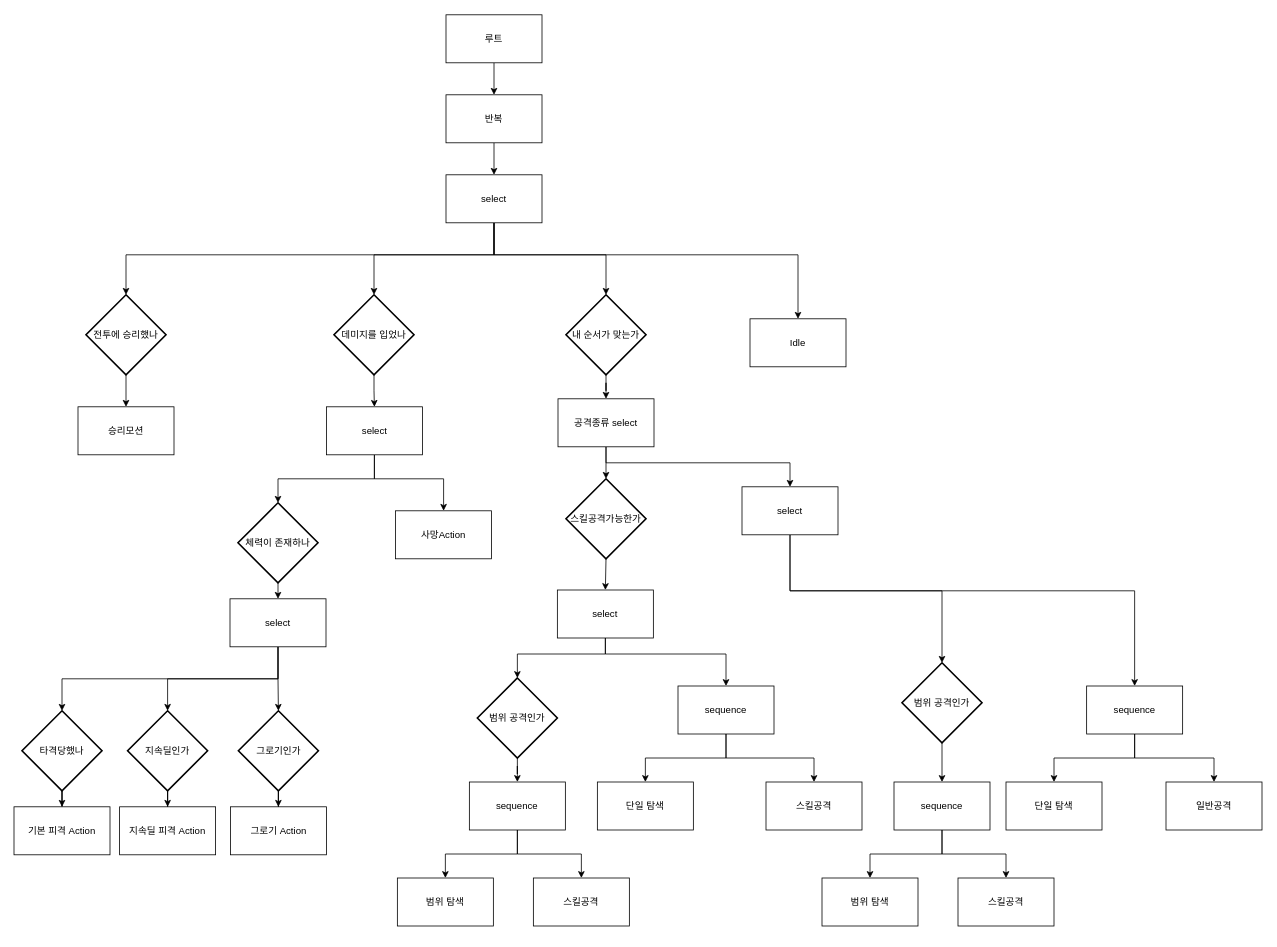
JeongJunSoo94/NeglectTypeRPGGameLP keeps this draw.io diagram as BT.drawio. Above is the earlier version. Source tidied: cells renumbered, new cells numbered last; positions are measured from the earlier drawing's top-left corner, leaving out a move shared by most shapes. Both pictures are drawn from the tidied source at 80%, with x=0, y=0 at pixel (14, 14).
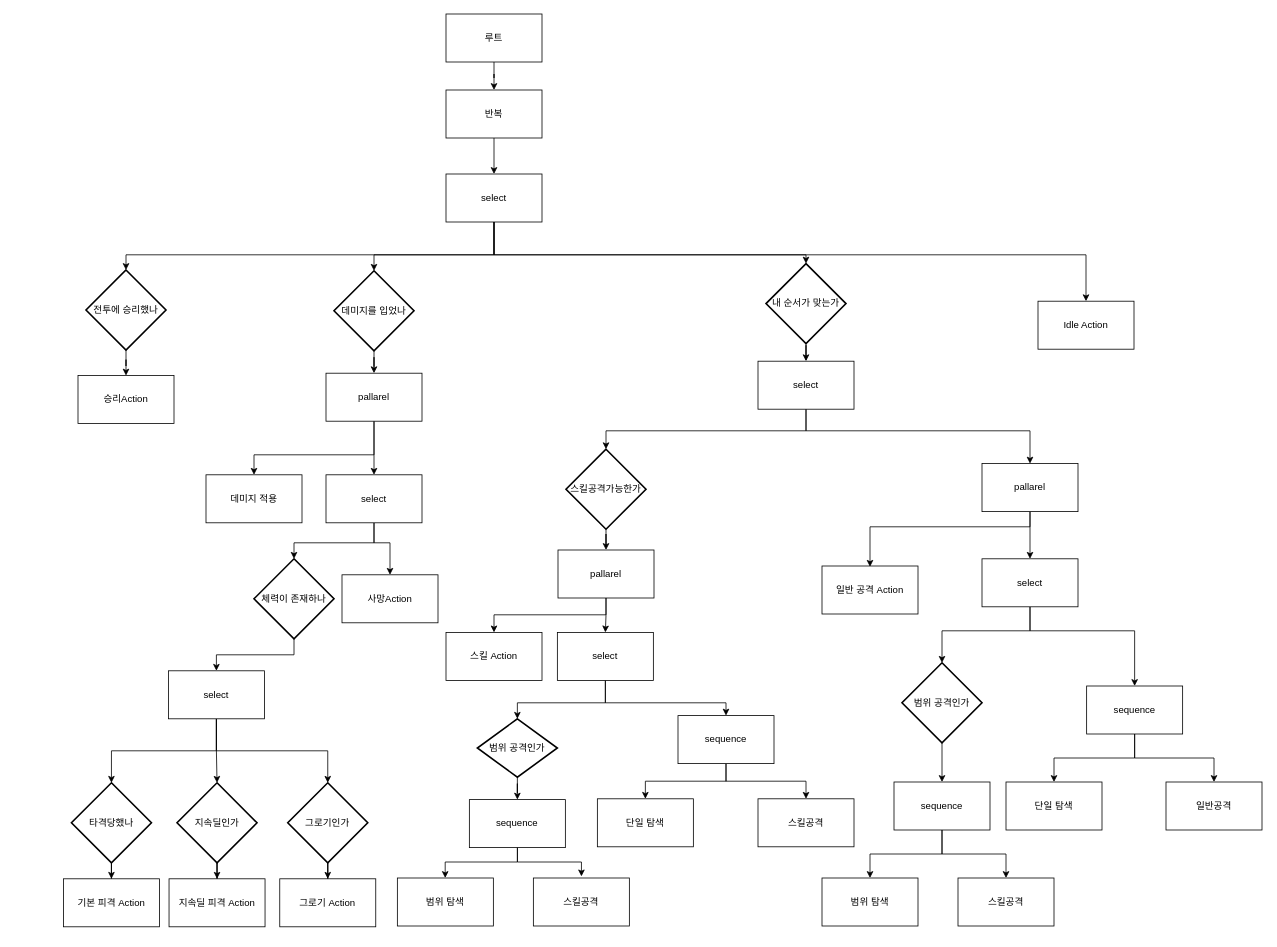
Above is the later version.

Unchanged cells that the change refers to:
```xml
<mxCell id="44" value="스킬공격" style="rounded=0;whiteSpace=wrap;html=1;" parent="1" vertex="1">
  <mxGeometry x="649.2" y="1079" width="120" height="60" as="geometry" />
</mxCell>
<mxCell id="45" value="범위 탐색" style="rounded=0;whiteSpace=wrap;html=1;" parent="1" vertex="1">
  <mxGeometry x="479.2" y="1079" width="120" height="60" as="geometry" />
</mxCell>
<mxCell id="50" value="범위 공격인가" style="strokeWidth=2;html=1;shape=mxgraph.flowchart.decision;whiteSpace=wrap;" parent="1" vertex="1">
  <mxGeometry x="1110" y="810" width="100" height="100" as="geometry" />
</mxCell>
<mxCell id="68" value="sequence" style="rounded=0;whiteSpace=wrap;html=1;" parent="1" vertex="1">
  <mxGeometry x="1340.8" y="839" width="120" height="60" as="geometry" />
</mxCell>
```

What changed in the source:
```diff
@@
     <mxCell id="3" value="루트" style="rounded=0;whiteSpace=wrap;html=1;" parent="1" vertex="1">
-      <mxGeometry x="540" width="120" height="60" as="geometry" />
+      <mxGeometry x="540" y="-1" width="120" height="60" as="geometry" />
     </mxCell>
@@
     <mxCell id="5" value="반복" style="rounded=0;whiteSpace=wrap;html=1;" parent="1" vertex="1">
-      <mxGeometry x="540" y="100" width="120" height="60" as="geometry" />
+      <mxGeometry x="540" y="94" width="120" height="60" as="geometry" />
     </mxCell>
@@
     <mxCell id="7" value="전투에 승리했나" style="strokeWidth=2;html=1;shape=mxgraph.flowchart.decision;whiteSpace=wrap;" parent="1" vertex="1">
-      <mxGeometry x="90" y="350" width="100" height="100" as="geometry" />
+      <mxGeometry x="90" y="319" width="100" height="100" as="geometry" />
     </mxCell>
-    <mxCell id="8" value="승리모션" style="rounded=0;whiteSpace=wrap;html=1;" parent="1" vertex="1">
-      <mxGeometry x="80" y="490" width="120" height="60" as="geometry" />
+    <mxCell id="8" value="승리Action" style="rounded=0;whiteSpace=wrap;html=1;" parent="1" vertex="1">
+      <mxGeometry x="80" y="451" width="120" height="60" as="geometry" />
     </mxCell>
-    <mxCell id="9" style="edgeStyle=orthogonalEdgeStyle;rounded=0;jettySize=auto;html=1;entryX=0.5;entryY=0;entryDx=0;entryDy=0;entryPerimeter=0;" parent="1" edge="1" source="11" target="20">
+    <mxCell id="9" style="edgeStyle=orthogonalEdgeStyle;rounded=0;jettySize=auto;html=1;exitX=0.5;exitY=1;exitDx=0;exitDy=0;entryX=0.5;entryY=0;entryDx=0;entryDy=0;entryPerimeter=0;" parent="1" edge="1" source="11" target="20">
       <mxGeometry relative="1" as="geometry">
         <Array as="points">
-          <mxPoint x="450" y="580" />
-          <mxPoint x="330" y="580" />
+          <mxPoint x="450" y="660" />
+          <mxPoint x="350" y="660" />
         </Array>
       </mxGeometry>
     </mxCell>
     <mxCell id="10" style="edgeStyle=orthogonalEdgeStyle;rounded=0;jettySize=auto;html=1;entryX=0.5;entryY=0;entryDx=0;entryDy=0;" parent="1" edge="1" source="11" target="25">
       <mxGeometry relative="1" as="geometry">
         <Array as="points">
-          <mxPoint x="450" y="580" />
-          <mxPoint x="537" y="580" />
+          <mxPoint x="450" y="660" />
+          <mxPoint x="470" y="660" />
         </Array>
       </mxGeometry>
     </mxCell>
     <mxCell id="11" value="select" style="rounded=0;whiteSpace=wrap;html=1;" parent="1" vertex="1">
-      <mxGeometry x="390.5" y="490" width="120" height="60" as="geometry" />
+      <mxGeometry x="390" y="575" width="120" height="60" as="geometry" />
     </mxCell>
-    <mxCell id="12" style="edgeStyle=orthogonalEdgeStyle;rounded=0;jettySize=auto;html=1;entryX=0.5;entryY=0;entryDx=0;entryDy=0;" parent="1" edge="1" source="13" target="11">
-      <mxGeometry relative="1" as="geometry" />
-    </mxCell>
+    <mxCell id="74" style="edgeStyle=orthogonalEdgeStyle;rounded=0;jettySize=auto;html=1;entryX=0.5;entryY=0;entryDx=0;entryDy=0;" parent="1" edge="1" source="13" target="79">
+      <mxGeometry relative="1" as="geometry" />
+    </mxCell>
     <mxCell id="13" value="데미지를 입었나" style="strokeWidth=2;html=1;shape=mxgraph.flowchart.decision;whiteSpace=wrap;" parent="1" vertex="1">
-      <mxGeometry x="400" y="350" width="100" height="100" as="geometry" />
+      <mxGeometry x="400" y="320" width="100" height="100" as="geometry" />
     </mxCell>
     <mxCell id="14" value="지속딜 피격 Action" style="rounded=0;whiteSpace=wrap;html=1;" parent="1" vertex="1">
-      <mxGeometry x="132" y="990" width="120" height="60" as="geometry" />
+      <mxGeometry x="193.8" y="1080" width="120" height="60" as="geometry" />
     </mxCell>
@@
     <mxCell id="16" value="지속딜인가" style="strokeWidth=2;html=1;shape=mxgraph.flowchart.decision;whiteSpace=wrap;" parent="1" vertex="1">
-      <mxGeometry x="142" y="870" width="100" height="100" as="geometry" />
+      <mxGeometry x="203.8" y="960" width="100" height="100" as="geometry" />
     </mxCell>
     <mxCell id="17" value="그로기 Action" style="rounded=0;whiteSpace=wrap;html=1;" parent="1" vertex="1">
-      <mxGeometry x="270.5" y="990" width="120" height="60" as="geometry" />
+      <mxGeometry x="332.2" y="1080" width="120" height="60" as="geometry" />
     </mxCell>
@@
     <mxCell id="20" value="체력이 존재하나" style="strokeWidth=2;html=1;shape=mxgraph.flowchart.decision;whiteSpace=wrap;" parent="1" vertex="1">
-      <mxGeometry x="280" y="610" width="100" height="100" as="geometry" />
+      <mxGeometry x="300" y="680" width="100" height="100" as="geometry" />
     </mxCell>
     <mxCell id="21" style="edgeStyle=orthogonalEdgeStyle;rounded=0;jettySize=auto;html=1;entryX=0.5;entryY=0;entryDx=0;entryDy=0;entryPerimeter=0;" parent="1" edge="1" source="24" target="16">
-      <mxGeometry relative="1" as="geometry">
-        <Array as="points">
-          <mxPoint x="330" y="830" />
-          <mxPoint x="192" y="830" />
-        </Array>
-      </mxGeometry>
+      <mxGeometry relative="1" as="geometry" />
     </mxCell>
+    <mxCell id="23" style="edgeStyle=orthogonalEdgeStyle;rounded=0;jettySize=auto;html=1;entryX=0.5;entryY=0;entryDx=0;entryDy=0;entryPerimeter=0;" parent="1" edge="1" source="24" target="60">
+      <mxGeometry relative="1" as="geometry">
+        <Array as="points">
+          <mxPoint x="253" y="920" />
+          <mxPoint x="122" y="920" />
+        </Array>
+      </mxGeometry>
+    </mxCell>
-    <mxCell id="22" style="edgeStyle=orthogonalEdgeStyle;rounded=0;jettySize=auto;html=1;entryX=0.5;entryY=0;entryDx=0;entryDy=0;entryPerimeter=0;" parent="1" edge="1" source="24" target="41">
+    <mxCell id="22" style="edgeStyle=orthogonalEdgeStyle;rounded=0;jettySize=auto;html=1;exitX=0.5;exitY=1;exitDx=0;exitDy=0;entryX=0.5;entryY=0;entryDx=0;entryDy=0;entryPerimeter=0;" parent="1" edge="1" source="24" target="41">
       <mxGeometry relative="1" as="geometry" />
     </mxCell>
-    <mxCell id="23" style="edgeStyle=orthogonalEdgeStyle;rounded=0;jettySize=auto;html=1;entryX=0.5;entryY=0;entryDx=0;entryDy=0;entryPerimeter=0;" parent="1" edge="1" source="24" target="60">
-      <mxGeometry relative="1" as="geometry">
-        <Array as="points">
-          <mxPoint x="330" y="830" />
-          <mxPoint x="60" y="830" />
-        </Array>
-      </mxGeometry>
-    </mxCell>
     <mxCell id="24" value="select" style="rounded=0;whiteSpace=wrap;html=1;" parent="1" vertex="1">
-      <mxGeometry x="270" y="730" width="120" height="60" as="geometry" />
+      <mxGeometry x="193" y="820" width="120" height="60" as="geometry" />
     </mxCell>
     <mxCell id="25" value="사망Action" style="rounded=0;whiteSpace=wrap;html=1;" parent="1" vertex="1">
-      <mxGeometry x="477" y="620" width="120" height="60" as="geometry" />
+      <mxGeometry x="410" y="700" width="120" height="60" as="geometry" />
     </mxCell>
@@
     <mxCell id="27" style="edgeStyle=orthogonalEdgeStyle;rounded=0;jettySize=auto;html=1;entryX=0.5;entryY=0;entryDx=0;entryDy=0;entryPerimeter=0;exitX=0.5;exitY=1;exitDx=0;exitDy=0;" parent="1" edge="1" source="30" target="32">
       <mxGeometry relative="1" as="geometry">
         <Array as="points">
           <mxPoint x="600" y="300" />
-          <mxPoint x="740" y="300" />
+          <mxPoint x="990" y="300" />
         </Array>
       </mxGeometry>
     </mxCell>
     <mxCell id="28" style="edgeStyle=orthogonalEdgeStyle;rounded=0;jettySize=auto;html=1;entryX=0.5;entryY=0;entryDx=0;entryDy=0;exitX=0.5;exitY=1;exitDx=0;exitDy=0;" parent="1" edge="1" source="30" target="39">
       <mxGeometry relative="1" as="geometry">
         <Array as="points">
           <mxPoint x="600" y="300" />
-          <mxPoint x="980" y="300" />
+          <mxPoint x="1340" y="300" />
         </Array>
       </mxGeometry>
     </mxCell>
@@
     <mxCell id="30" value="select" style="rounded=0;whiteSpace=wrap;html=1;" parent="1" vertex="1">
-      <mxGeometry x="540" y="200" width="120" height="60" as="geometry" />
+      <mxGeometry x="540" y="199" width="120" height="60" as="geometry" />
     </mxCell>
@@
     <mxCell id="32" value="내 순서가 맞는가" style="strokeWidth=2;html=1;shape=mxgraph.flowchart.decision;whiteSpace=wrap;" parent="1" vertex="1">
-      <mxGeometry x="690" y="350" width="100" height="100" as="geometry" />
+      <mxGeometry x="940" y="311" width="100" height="100" as="geometry" />
     </mxCell>
     <mxCell id="33" style="edgeStyle=orthogonalEdgeStyle;rounded=0;jettySize=auto;html=1;" parent="1" edge="1" source="35" target="38">
-      <mxGeometry relative="1" as="geometry" />
+      <mxGeometry relative="1" as="geometry">
+        <Array as="points">
+          <mxPoint x="990" y="520" />
+          <mxPoint x="740" y="520" />
+        </Array>
+      </mxGeometry>
     </mxCell>
-    <mxCell id="34" style="edgeStyle=orthogonalEdgeStyle;rounded=0;jettySize=auto;html=1;" parent="1" edge="1" source="35" target="64">
-      <mxGeometry relative="1" as="geometry">
-        <Array as="points">
-          <mxPoint x="740" y="560" />
-          <mxPoint x="970" y="560" />
-        </Array>
-      </mxGeometry>
-    </mxCell>
+    <mxCell id="75" style="edgeStyle=orthogonalEdgeStyle;rounded=0;jettySize=auto;html=1;exitX=0.5;exitY=1;exitDx=0;exitDy=0;entryX=0.5;entryY=0;entryDx=0;entryDy=0;" parent="1" edge="1" source="35" target="87">
+      <mxGeometry relative="1" as="geometry">
+        <Array as="points">
+          <mxPoint x="990" y="520" />
+          <mxPoint x="1270" y="520" />
+        </Array>
+      </mxGeometry>
+    </mxCell>
-    <mxCell id="35" value="공격종류 select" style="rounded=0;whiteSpace=wrap;html=1;" parent="1" vertex="1">
-      <mxGeometry x="680" y="480" width="120" height="60" as="geometry" />
+    <mxCell id="35" value="select" style="rounded=0;whiteSpace=wrap;html=1;" parent="1" vertex="1">
+      <mxGeometry x="930" y="433" width="120" height="60" as="geometry" />
     </mxCell>
@@
-    <mxCell id="37" style="edgeStyle=orthogonalEdgeStyle;rounded=0;jettySize=auto;html=1;exitX=0.5;exitY=1;exitDx=0;exitDy=0;exitPerimeter=0;entryX=0.5;entryY=0;entryDx=0;entryDy=0;" parent="1" edge="1" source="38" target="48">
-      <mxGeometry relative="1" as="geometry" />
-    </mxCell>
+    <mxCell id="76" style="edgeStyle=orthogonalEdgeStyle;rounded=0;jettySize=auto;html=1;entryX=0.5;entryY=0;entryDx=0;entryDy=0;" parent="1" edge="1" source="38" target="84">
+      <mxGeometry relative="1" as="geometry" />
+    </mxCell>
     <mxCell id="38" value="스킬공격가능한가" style="strokeWidth=2;html=1;shape=mxgraph.flowchart.decision;whiteSpace=wrap;" parent="1" vertex="1">
-      <mxGeometry x="690" y="580" width="100" height="100" as="geometry" />
+      <mxGeometry x="690" y="543" width="100" height="100" as="geometry" />
     </mxCell>
-    <mxCell id="39" value="Idle" style="rounded=0;whiteSpace=wrap;html=1;" parent="1" vertex="1">
-      <mxGeometry x="920" y="380" width="120" height="60" as="geometry" />
+    <mxCell id="39" value="Idle Action" style="rounded=0;whiteSpace=wrap;html=1;" parent="1" vertex="1">
+      <mxGeometry x="1280" y="358" width="120" height="60" as="geometry" />
     </mxCell>
@@
     <mxCell id="41" value="그로기인가" style="strokeWidth=2;html=1;shape=mxgraph.flowchart.decision;whiteSpace=wrap;" parent="1" vertex="1">
-      <mxGeometry x="280.5" y="870" width="100" height="100" as="geometry" />
+      <mxGeometry x="342.2" y="960" width="100" height="100" as="geometry" />
     </mxCell>
@@
     <mxCell id="43" value="범위 공격인가" style="strokeWidth=2;html=1;shape=mxgraph.flowchart.decision;whiteSpace=wrap;" parent="1" vertex="1">
-      <mxGeometry x="579.2" y="829" width="100" height="100" as="geometry" />
+      <mxGeometry x="579.2" y="880" width="100" height="73" as="geometry" />
     </mxCell>
@@
     <mxCell id="46" style="edgeStyle=orthogonalEdgeStyle;rounded=0;jettySize=auto;html=1;entryX=0.5;entryY=0;entryDx=0;entryDy=0;entryPerimeter=0;" parent="1" edge="1" source="48" target="43">
       <mxGeometry relative="1" as="geometry">
         <Array as="points">
-          <mxPoint x="739.2" y="799" />
-          <mxPoint x="629.2" y="799" />
+          <mxPoint x="739" y="860" />
+          <mxPoint x="629" y="860" />
         </Array>
       </mxGeometry>
     </mxCell>
     <mxCell id="47" style="edgeStyle=orthogonalEdgeStyle;rounded=0;jettySize=auto;html=1;entryX=0.5;entryY=0;entryDx=0;entryDy=0;exitX=0.5;exitY=1;exitDx=0;exitDy=0;" parent="1" edge="1" source="48" target="57">
       <mxGeometry relative="1" as="geometry">
         <Array as="points">
-          <mxPoint x="739" y="799" />
-          <mxPoint x="890" y="799" />
+          <mxPoint x="739" y="860" />
+          <mxPoint x="890" y="860" />
         </Array>
       </mxGeometry>
     </mxCell>
     <mxCell id="48" value="select" style="rounded=0;whiteSpace=wrap;html=1;" parent="1" vertex="1">
-      <mxGeometry x="679.2" y="719" width="120" height="60" as="geometry" />
+      <mxGeometry x="679.2" y="772" width="120" height="60" as="geometry" />
     </mxCell>
@@
     <mxCell id="51" style="edgeStyle=orthogonalEdgeStyle;rounded=0;jettySize=auto;html=1;" parent="1" edge="1" source="53" target="45">
-      <mxGeometry relative="1" as="geometry" />
+      <mxGeometry relative="1" as="geometry">
+        <Array as="points">
+          <mxPoint x="629" y="1059" />
+          <mxPoint x="539" y="1059" />
+        </Array>
+      </mxGeometry>
     </mxCell>
-    <mxCell id="52" style="edgeStyle=orthogonalEdgeStyle;rounded=0;jettySize=auto;html=1;entryX=0.5;entryY=0;entryDx=0;entryDy=0;" parent="1" edge="1" source="53" target="44">
-      <mxGeometry relative="1" as="geometry" />
+    <mxCell id="52" style="edgeStyle=orthogonalEdgeStyle;rounded=0;orthogonalLoop=1;jettySize=auto;html=1;entryX=0.5;entryY=0;entryDx=0;entryDy=0;" parent="1" edge="1">
+      <mxGeometry relative="1" as="geometry">
+        <mxPoint x="629.3" y="1039" as="sourcePoint" />
+        <mxPoint x="709.3" y="1077" as="targetPoint" />
+        <Array as="points">
+          <mxPoint x="629" y="1059" />
+          <mxPoint x="709" y="1059" />
+        </Array>
+      </mxGeometry>
     </mxCell>
     <mxCell id="53" value="sequence" style="rounded=0;whiteSpace=wrap;html=1;" parent="1" vertex="1">
-      <mxGeometry x="569.2" y="959" width="120" height="60" as="geometry" />
+      <mxGeometry x="569.2" y="981" width="120" height="60" as="geometry" />
     </mxCell>
     <mxCell id="54" value="단일 탐색" style="rounded=0;whiteSpace=wrap;html=1;" parent="1" vertex="1">
-      <mxGeometry x="729.2" y="959" width="120" height="60" as="geometry" />
+      <mxGeometry x="729.2" y="980" width="120" height="60" as="geometry" />
     </mxCell>
@@
     <mxCell id="57" value="sequence" style="rounded=0;whiteSpace=wrap;html=1;" parent="1" vertex="1">
-      <mxGeometry x="830" y="839" width="120" height="60" as="geometry" />
+      <mxGeometry x="830" y="876" width="120" height="60" as="geometry" />
     </mxCell>
     <mxCell id="58" value="스킬공격" style="rounded=0;whiteSpace=wrap;html=1;" parent="1" vertex="1">
-      <mxGeometry x="940" y="959" width="120" height="60" as="geometry" />
+      <mxGeometry x="930" y="980" width="120" height="60" as="geometry" />
     </mxCell>
@@
     <mxCell id="60" value="타격당했나" style="strokeWidth=2;html=1;shape=mxgraph.flowchart.decision;whiteSpace=wrap;" parent="1" vertex="1">
-      <mxGeometry x="10" y="870" width="100" height="100" as="geometry" />
+      <mxGeometry x="71.8" y="960" width="100" height="100" as="geometry" />
     </mxCell>
     <mxCell id="61" value="기본 피격 Action" style="rounded=0;whiteSpace=wrap;html=1;" parent="1" vertex="1">
-      <mxGeometry y="990" width="120" height="60" as="geometry" />
+      <mxGeometry x="61.8" y="1080" width="120" height="60" as="geometry" />
     </mxCell>
+    <mxCell id="63" style="edgeStyle=orthogonalEdgeStyle;rounded=0;jettySize=auto;html=1;entryX=0.5;entryY=0;entryDx=0;entryDy=0;entryPerimeter=0;" parent="1" edge="1" source="64" target="50">
+      <mxGeometry relative="1" as="geometry">
+        <Array as="points">
+          <mxPoint x="1270" y="770" />
+          <mxPoint x="1160" y="770" />
+        </Array>
+      </mxGeometry>
+    </mxCell>
     <mxCell id="62" style="edgeStyle=orthogonalEdgeStyle;rounded=0;jettySize=auto;html=1;entryX=0.5;entryY=0;entryDx=0;entryDy=0;" parent="1" edge="1" source="64" target="68">
       <mxGeometry relative="1" as="geometry">
         <Array as="points">
-          <mxPoint x="970" y="720" />
-          <mxPoint x="1401" y="720" />
+          <mxPoint x="1270" y="770" />
+          <mxPoint x="1401" y="770" />
         </Array>
       </mxGeometry>
     </mxCell>
-    <mxCell id="63" style="edgeStyle=orthogonalEdgeStyle;rounded=0;jettySize=auto;html=1;entryX=0.5;entryY=0;entryDx=0;entryDy=0;entryPerimeter=0;" parent="1" edge="1" source="64" target="50">
-      <mxGeometry relative="1" as="geometry">
-        <Array as="points">
-          <mxPoint x="970" y="720" />
-          <mxPoint x="1160" y="720" />
-        </Array>
-      </mxGeometry>
-    </mxCell>
     <mxCell id="64" value="select" style="rounded=0;whiteSpace=wrap;html=1;" parent="1" vertex="1">
-      <mxGeometry x="910" y="590" width="120" height="60" as="geometry" />
+      <mxGeometry x="1210" y="680" width="120" height="60" as="geometry" />
     </mxCell>
@@
+    <mxCell id="77" style="edgeStyle=orthogonalEdgeStyle;rounded=0;jettySize=auto;html=1;entryX=0.5;entryY=0;entryDx=0;entryDy=0;" parent="1" edge="1" source="79" target="11">
+      <mxGeometry relative="1" as="geometry" />
+    </mxCell>
+    <mxCell id="78" style="edgeStyle=orthogonalEdgeStyle;rounded=0;jettySize=auto;html=1;entryX=0.5;entryY=0;entryDx=0;entryDy=0;" parent="1" edge="1" source="79" target="80">
+      <mxGeometry relative="1" as="geometry">
+        <Array as="points">
+          <mxPoint x="450" y="550" />
+          <mxPoint x="300" y="550" />
+        </Array>
+      </mxGeometry>
+    </mxCell>
+    <mxCell id="79" value="pallarel" style="rounded=0;whiteSpace=wrap;html=1;" parent="1" vertex="1">
+      <mxGeometry x="390" y="448" width="120" height="60" as="geometry" />
+    </mxCell>
+    <mxCell id="80" value="데미지 적용" style="rounded=0;whiteSpace=wrap;html=1;" parent="1" vertex="1">
+      <mxGeometry x="240" y="575" width="120" height="60" as="geometry" />
+    </mxCell>
+    <mxCell id="81" value="스킬 Action" style="rounded=0;whiteSpace=wrap;html=1;" parent="1" vertex="1">
+      <mxGeometry x="540" y="772" width="120" height="60" as="geometry" />
+    </mxCell>
+    <mxCell id="82" style="edgeStyle=orthogonalEdgeStyle;rounded=0;jettySize=auto;html=1;entryX=0.5;entryY=0;entryDx=0;entryDy=0;" parent="1" edge="1" source="84" target="48">
+      <mxGeometry relative="1" as="geometry" />
+    </mxCell>
+    <mxCell id="83" style="edgeStyle=orthogonalEdgeStyle;rounded=0;jettySize=auto;html=1;entryX=0.5;entryY=0;entryDx=0;entryDy=0;" parent="1" edge="1" source="84" target="81">
+      <mxGeometry relative="1" as="geometry">
+        <Array as="points">
+          <mxPoint x="740" y="750" />
+          <mxPoint x="600" y="750" />
+        </Array>
+      </mxGeometry>
+    </mxCell>
+    <mxCell id="84" value="pallarel" style="rounded=0;whiteSpace=wrap;html=1;" parent="1" vertex="1">
+      <mxGeometry x="680" y="669" width="120" height="60" as="geometry" />
+    </mxCell>
+    <mxCell id="85" style="edgeStyle=orthogonalEdgeStyle;rounded=0;jettySize=auto;html=1;entryX=0.5;entryY=0;entryDx=0;entryDy=0;" parent="1" edge="1" source="87" target="64">
+      <mxGeometry relative="1" as="geometry" />
+    </mxCell>
+    <mxCell id="86" style="edgeStyle=orthogonalEdgeStyle;rounded=0;jettySize=auto;html=1;" parent="1" edge="1" source="87">
+      <mxGeometry relative="1" as="geometry">
+        <mxPoint x="1070" y="690" as="targetPoint" />
+        <Array as="points">
+          <mxPoint x="1270" y="640" />
+          <mxPoint x="1070" y="640" />
+        </Array>
+      </mxGeometry>
+    </mxCell>
+    <mxCell id="87" value="pallarel" style="rounded=0;whiteSpace=wrap;html=1;" parent="1" vertex="1">
+      <mxGeometry x="1210" y="561" width="120" height="60" as="geometry" />
+    </mxCell>
+    <mxCell id="88" value="일반 공격 Action" style="rounded=0;whiteSpace=wrap;html=1;" parent="1" vertex="1">
+      <mxGeometry x="1010" y="689" width="120" height="60" as="geometry" />
+    </mxCell>
```
